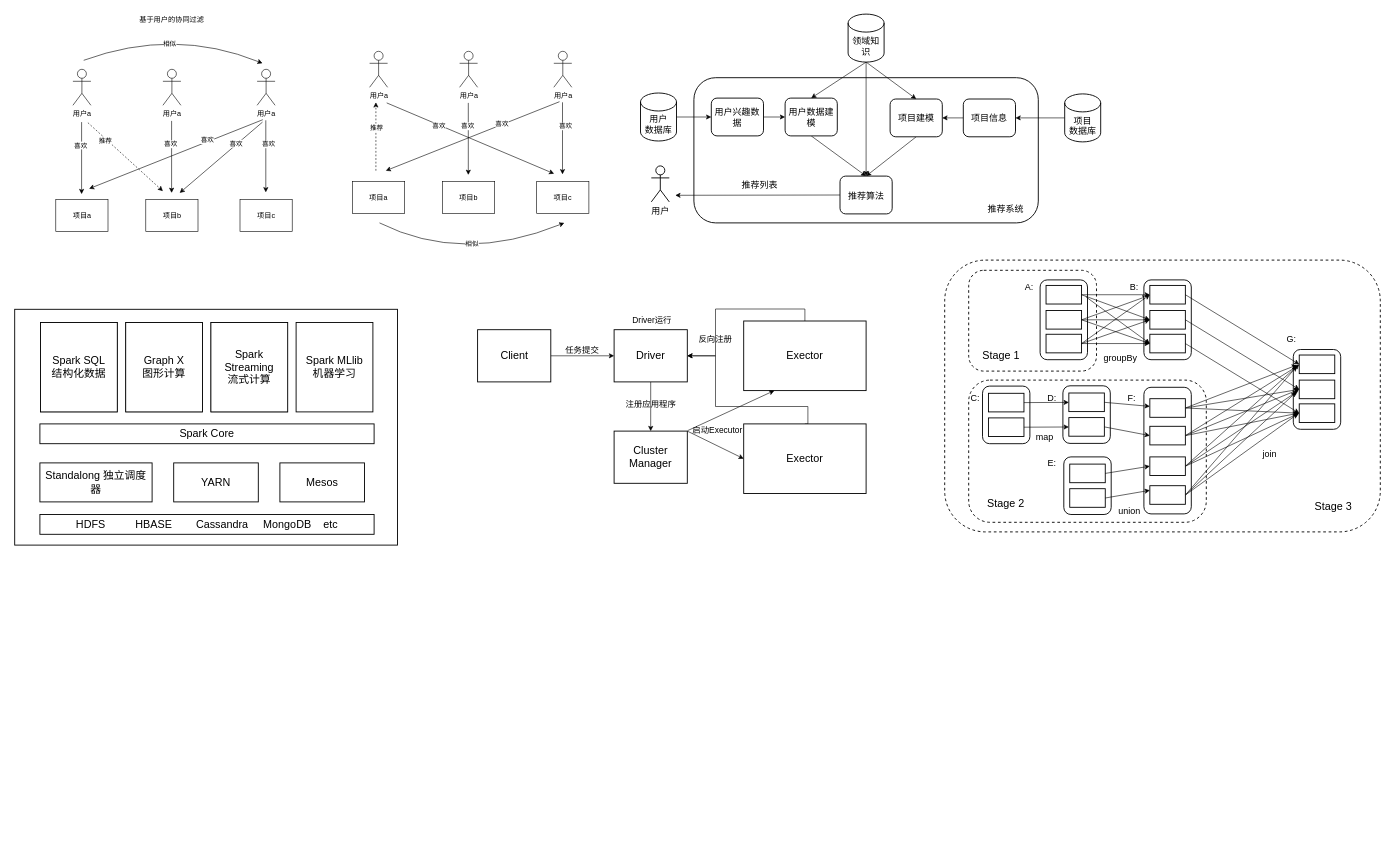
Earlier version of the draw.io diagram 第二章.drawio (QAQ5685150/diagrams). Source tidied: cells renumbered, new cells numbered last; positions are measured from the earlier drawing's top-left corner, leaving out a move shared by most shapes. Both pictures are drawn from the tidied source at 60%, with x=0, y=0 at pixel (14, 10).
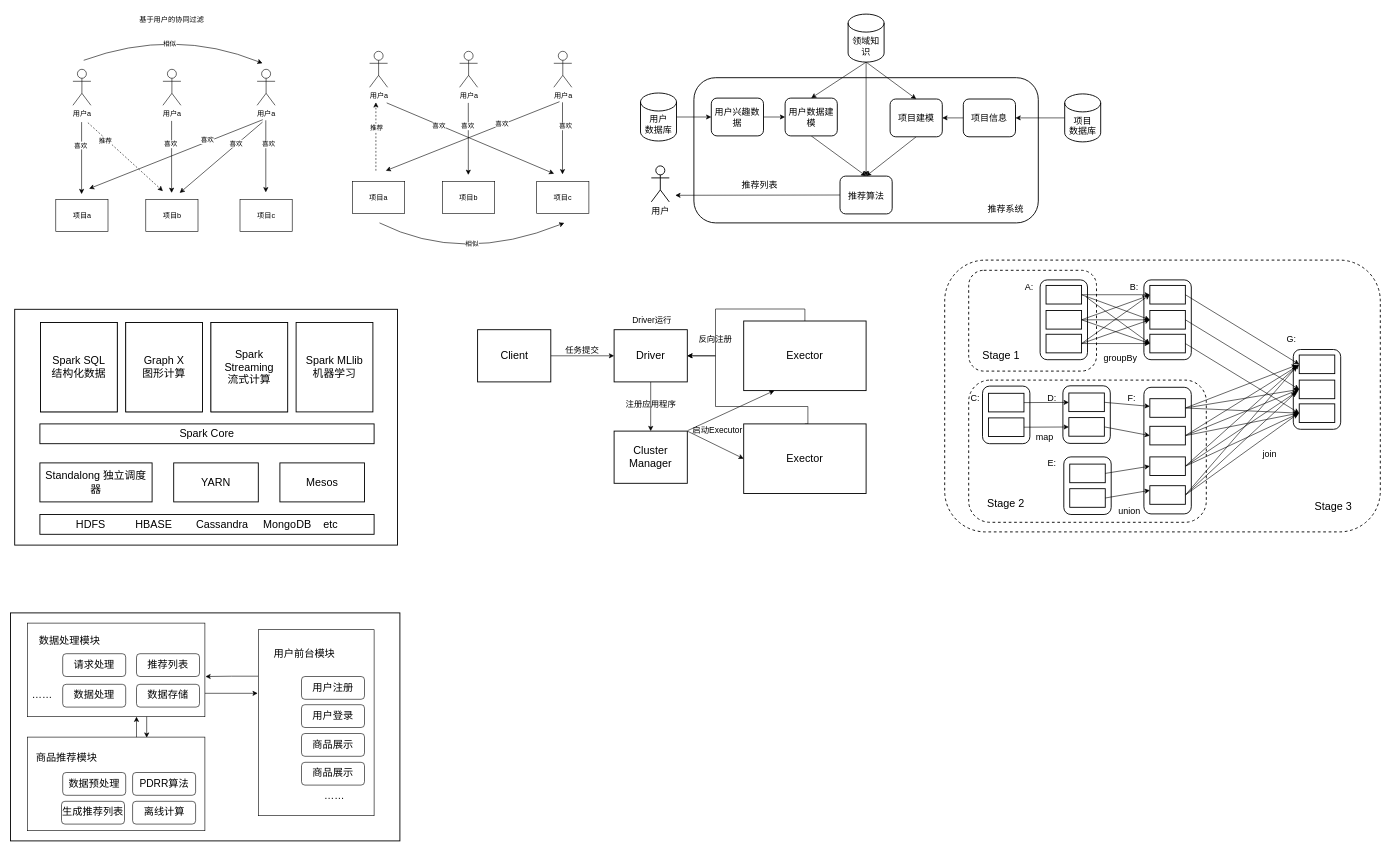
The same diagram, later.

Commit message:
更新第二章.drawio

The edit, as a diff of the source:
```diff
@@
+    <mxCell id="175" style="rounded=0;whiteSpace=wrap;html=1;strokeWidth=1.5;" parent="1" vertex="1">
+      <mxGeometry x="-7" y="1004" width="649" height="380" as="geometry" />
+    </mxCell>
+    <mxCell id="176" style="edgeStyle=orthogonalEdgeStyle;rounded=0;jettySize=auto;html=1;exitX=1;exitY=0.75;exitDx=0;exitDy=0;entryX=-0.005;entryY=0.342;entryDx=0;entryDy=0;entryPerimeter=0;fontSize=17;" parent="1" edge="1" source="177" target="179">
+      <mxGeometry relative="1" as="geometry" />
+    </mxCell>
+    <mxCell id="177" style="rounded=0;whiteSpace=wrap;html=1;" parent="1" vertex="1">
+      <mxGeometry x="21" y="1021" width="296" height="156" as="geometry" />
+    </mxCell>
+    <mxCell id="178" style="edgeStyle=orthogonalEdgeStyle;rounded=0;jettySize=auto;html=1;exitX=0;exitY=0.25;exitDx=0;exitDy=0;entryX=1.003;entryY=0.571;entryDx=0;entryDy=0;entryPerimeter=0;fontSize=17;" parent="1" edge="1" source="179" target="177">
+      <mxGeometry relative="1" as="geometry" />
+    </mxCell>
+    <mxCell id="179" style="rounded=0;whiteSpace=wrap;html=1;" parent="1" vertex="1">
+      <mxGeometry x="406" y="1032" width="193" height="310" as="geometry" />
+    </mxCell>
+    <mxCell id="180" style="rounded=0;whiteSpace=wrap;html=1;" parent="1" vertex="1">
+      <mxGeometry x="21" y="1211" width="296" height="156" as="geometry" />
+    </mxCell>
+    <mxCell id="181" value="&lt;font style=&quot;font-size: 17px;&quot;&gt;用户前台模块&lt;/font&gt;" style="text;html=1;strokeColor=none;fillColor=none;align=center;verticalAlign=middle;whiteSpace=wrap;rounded=0;" parent="1" vertex="1">
+      <mxGeometry x="431" y="1058" width="104" height="30" as="geometry" />
+    </mxCell>
+    <mxCell id="182" value="&lt;font style=&quot;font-size: 17px;&quot;&gt;数据处理模块&lt;/font&gt;" style="text;html=1;strokeColor=none;fillColor=none;align=center;verticalAlign=middle;whiteSpace=wrap;rounded=0;" parent="1" vertex="1">
+      <mxGeometry x="12" y="1037" width="159" height="30" as="geometry" />
+    </mxCell>
+    <mxCell id="183" value="&lt;font style=&quot;font-size: 17px;&quot;&gt;商品推荐模块&lt;/font&gt;" style="text;html=1;strokeColor=none;fillColor=none;align=center;verticalAlign=middle;whiteSpace=wrap;rounded=0;" parent="1" vertex="1">
+      <mxGeometry x="7" y="1231" width="159" height="30" as="geometry" />
+    </mxCell>
+    <mxCell id="184" value="数据处理" style="rounded=1;whiteSpace=wrap;html=1;fontSize=17;" parent="1" vertex="1">
+      <mxGeometry x="80" y="1123" width="105" height="38" as="geometry" />
+    </mxCell>
+    <mxCell id="185" value="数据存储" style="rounded=1;whiteSpace=wrap;html=1;fontSize=17;" parent="1" vertex="1">
+      <mxGeometry x="203" y="1123" width="105" height="38" as="geometry" />
+    </mxCell>
+    <mxCell id="186" value="用户注册" style="rounded=1;whiteSpace=wrap;html=1;fontSize=17;" parent="1" vertex="1">
+      <mxGeometry x="478" y="1110" width="105" height="38" as="geometry" />
+    </mxCell>
+    <mxCell id="187" value="离线计算" style="rounded=1;whiteSpace=wrap;html=1;fontSize=17;" parent="1" vertex="1">
+      <mxGeometry x="196.5" y="1318" width="105" height="38" as="geometry" />
+    </mxCell>
+    <mxCell id="188" value="推荐列表" style="rounded=1;whiteSpace=wrap;html=1;fontSize=17;" parent="1" vertex="1">
+      <mxGeometry x="203" y="1072" width="105" height="38" as="geometry" />
+    </mxCell>
+    <mxCell id="189" value="用户登录" style="rounded=1;whiteSpace=wrap;html=1;fontSize=17;" parent="1" vertex="1">
+      <mxGeometry x="478" y="1157" width="105" height="38" as="geometry" />
+    </mxCell>
+    <mxCell id="190" value="商品展示" style="rounded=1;whiteSpace=wrap;html=1;fontSize=17;" parent="1" vertex="1">
+      <mxGeometry x="478" y="1205" width="105" height="38" as="geometry" />
+    </mxCell>
+    <mxCell id="191" value="商品展示" style="rounded=1;whiteSpace=wrap;html=1;fontSize=17;" parent="1" vertex="1">
+      <mxGeometry x="478" y="1253" width="105" height="38" as="geometry" />
+    </mxCell>
+    <mxCell id="192" value="请求处理" style="rounded=1;whiteSpace=wrap;html=1;fontSize=17;" parent="1" vertex="1">
+      <mxGeometry x="80" y="1072" width="105" height="38" as="geometry" />
+    </mxCell>
+    <mxCell id="193" value="PDRR算法" style="rounded=1;whiteSpace=wrap;html=1;fontSize=17;" parent="1" vertex="1">
+      <mxGeometry x="196.5" y="1270" width="105" height="38" as="geometry" />
+    </mxCell>
+    <mxCell id="194" value="数据预处理" style="rounded=1;whiteSpace=wrap;html=1;fontSize=17;" parent="1" vertex="1">
+      <mxGeometry x="80" y="1270" width="105" height="38" as="geometry" />
+    </mxCell>
+    <mxCell id="195" value="生成推荐列表" style="rounded=1;whiteSpace=wrap;html=1;fontSize=17;" parent="1" vertex="1">
+      <mxGeometry x="78" y="1318" width="105" height="38" as="geometry" />
+    </mxCell>
+    <mxCell id="196" value="……" style="text;html=1;strokeColor=none;fillColor=none;align=center;verticalAlign=middle;whiteSpace=wrap;rounded=0;fontSize=17;" parent="1" vertex="1">
+      <mxGeometry x="503" y="1294" width="60" height="30" as="geometry" />
+    </mxCell>
+    <mxCell id="197" value="……" style="text;html=1;strokeColor=none;fillColor=none;align=center;verticalAlign=middle;whiteSpace=wrap;rounded=0;fontSize=17;" parent="1" vertex="1">
+      <mxGeometry x="16" y="1127" width="60" height="30" as="geometry" />
+    </mxCell>
+    <mxCell id="198" style="endArrow=classic;html=1;rounded=0;fontSize=17;" parent="1" edge="1">
+      <mxGeometry relative="1" as="geometry">
+        <mxPoint x="203" y="1211" as="sourcePoint" />
+        <mxPoint x="203" y="1177" as="targetPoint" />
+      </mxGeometry>
+    </mxCell>
+    <mxCell id="199" style="endArrow=classic;html=1;rounded=0;fontSize=17;" parent="1" edge="1">
+      <mxGeometry relative="1" as="geometry">
+        <mxPoint x="220" y="1177" as="sourcePoint" />
+        <mxPoint x="220" y="1212" as="targetPoint" />
+      </mxGeometry>
+    </mxCell>
```
